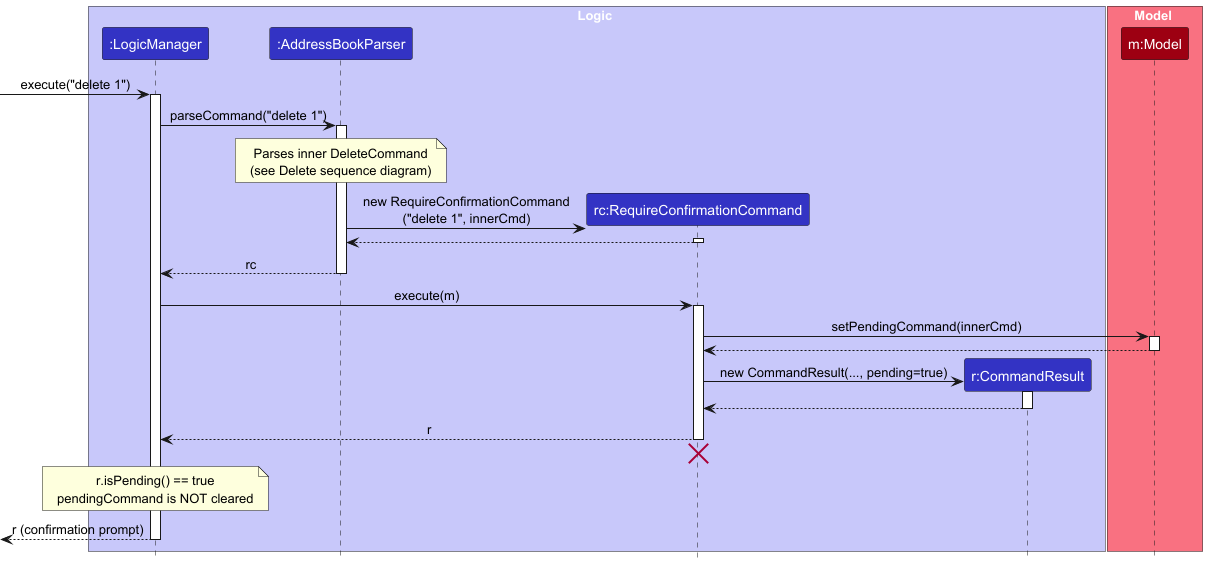
Above: docs/images/RequireConfirmationSequenceDiagram.png in AY2526S2-CS2103-F13-4/tp (PlantUML), before the change. Source of this version:
```plantuml
@startuml
!include ../style.puml
skinparam ArrowFontStyle plain

box Logic LOGIC_COLOR_T1
participant ":LogicManager" as LogicManager LOGIC_COLOR
participant ":AddressBookParser" as AddressBookParser LOGIC_COLOR
participant "rc:RequireConfirmationCommand" as RequireConfirmationCommand LOGIC_COLOR
participant "r:CommandResult" as CommandResult LOGIC_COLOR
end box

box Model MODEL_COLOR_T1
participant "m:Model" as Model MODEL_COLOR
end box

[-> LogicManager : execute("delete 1")
activate LogicManager

LogicManager -> AddressBookParser : parseCommand("delete 1")
activate AddressBookParser

note over AddressBookParser : Parses inner DeleteCommand\n(see Delete sequence diagram)

create RequireConfirmationCommand
AddressBookParser -> RequireConfirmationCommand : new RequireConfirmationCommand\n("delete 1", innerCmd)
activate RequireConfirmationCommand
RequireConfirmationCommand --> AddressBookParser
deactivate RequireConfirmationCommand

AddressBookParser --> LogicManager : rc
deactivate AddressBookParser

LogicManager -> RequireConfirmationCommand : execute(m)
activate RequireConfirmationCommand

RequireConfirmationCommand -> Model : setPendingCommand(innerCmd)
activate Model
Model --> RequireConfirmationCommand
deactivate Model

create CommandResult
RequireConfirmationCommand -> CommandResult : new CommandResult(..., pending=true)
activate CommandResult
CommandResult --> RequireConfirmationCommand
deactivate CommandResult

RequireConfirmationCommand --> LogicManager : r
deactivate RequireConfirmationCommand
RequireConfirmationCommand -[hidden]-> LogicManager
destroy RequireConfirmationCommand

note over LogicManager : r.isPending() == true\npendingCommand is NOT cleared

[<-- LogicManager : r (confirmation prompt)
deactivate LogicManager

@enduml
```
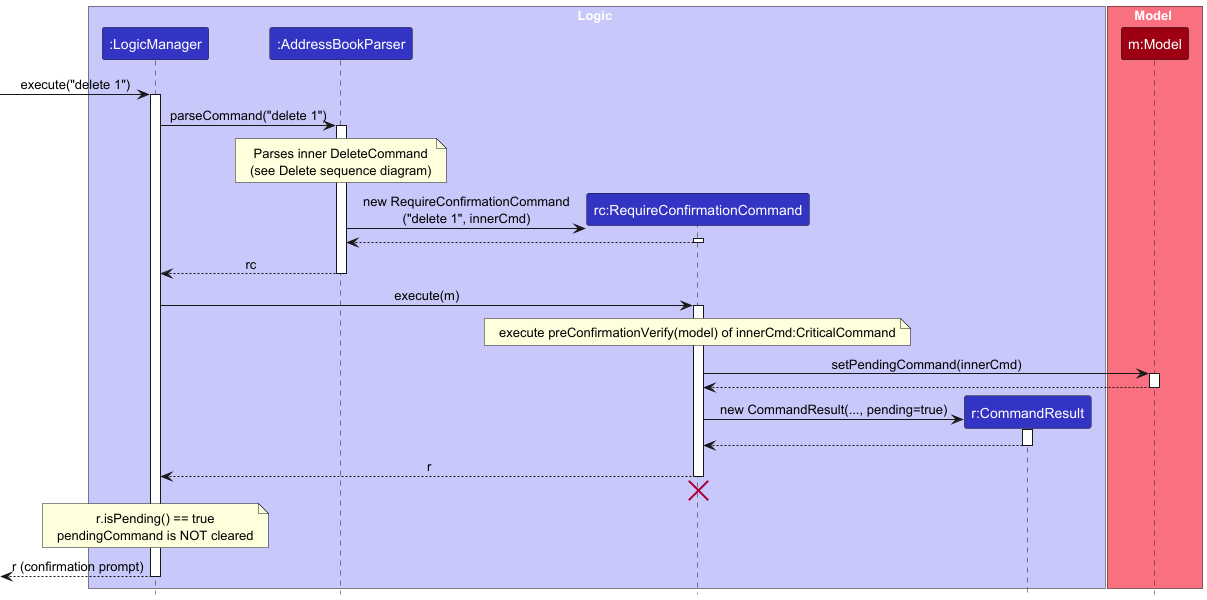
The same file after the commit.

Diff of the diagram source:
```diff
@@ -33,6 +33,8 @@
 LogicManager -> RequireConfirmationCommand : execute(m)
 activate RequireConfirmationCommand
 
+note over RequireConfirmationCommand : execute preConfirmationVerify(model) of innerCmd:CriticalCommand
+
 RequireConfirmationCommand -> Model : setPendingCommand(innerCmd)
 activate Model
 Model --> RequireConfirmationCommand
```
